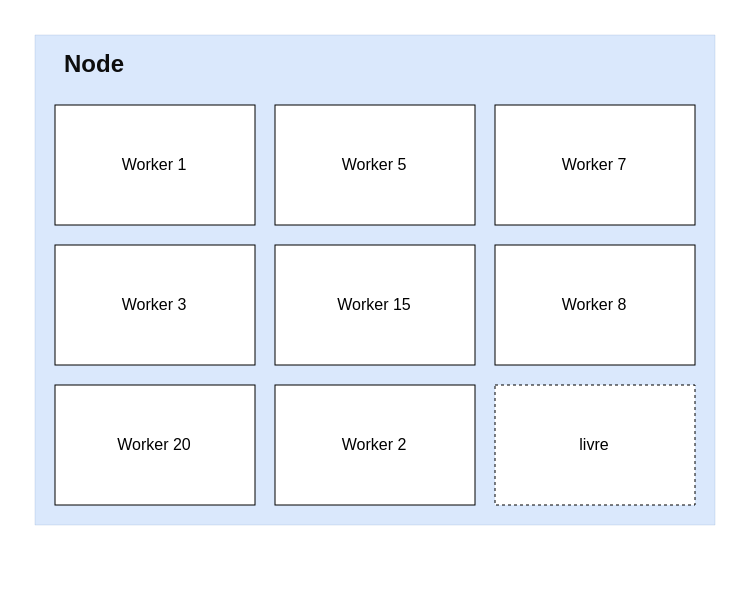
Before: page "node ex" (2 of 3) of Untitled Diagram.drawio in viniciusbds/diagrams, a draw.io diagram. Source tidied: cells renumbered, new cells numbered last; positions are measured from the earlier drawing's top-left corner, leaving out a move shared by most shapes. Both pictures are drawn from the tidied source at 200%, with x=0, y=0 at pixel (34, 34).
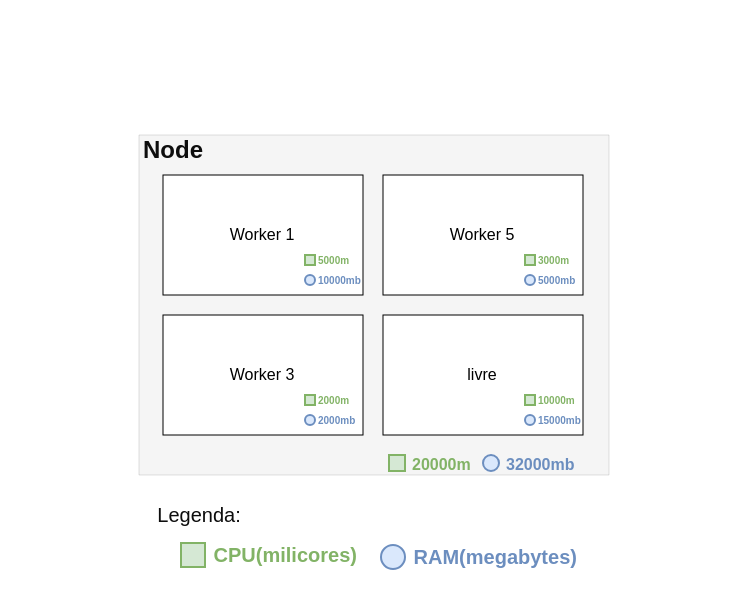
The same page after the edit.

Change to the diagram source:
```diff
@@
-    <mxCell id="2" style="rounded=0;whiteSpace=wrap;html=1;strokeColor=#6c8ebf;strokeWidth=0;fillColor=#dae8fc;" parent="1" vertex="1">
-      <mxGeometry width="340" height="245" as="geometry" />
+    <mxCell id="2" style="rounded=0;whiteSpace=wrap;html=1;strokeWidth=0;fillColor=#f5f5f5;fontColor=#333333;strokeColor=#666666;" parent="1" vertex="1">
+      <mxGeometry x="52" y="50" width="235" height="170" as="geometry" />
     </mxCell>
     <mxCell id="3" value="Worker 1" style="rounded=0;whiteSpace=wrap;html=1;fontFamily=Helvetica;fontSize=8;strokeColor=default;strokeWidth=0.5;" parent="1" vertex="1">
-      <mxGeometry x="10" y="35" width="100" height="60" as="geometry" />
+      <mxGeometry x="64" y="70" width="100" height="60" as="geometry" />
     </mxCell>
     <mxCell id="4" style="edgeStyle=orthogonalEdgeStyle;rounded=0;orthogonalLoop=1;jettySize=auto;html=1;exitX=0.5;exitY=1;exitDx=0;exitDy=0;dashed=1;" parent="1" edge="1">
       <mxGeometry relative="1" as="geometry">
-        <mxPoint x="208" y="181" as="sourcePoint" />
-        <mxPoint x="208" y="181" as="targetPoint" />
+        <mxPoint x="262" y="231" as="sourcePoint" />
+        <mxPoint x="262" y="231" as="targetPoint" />
       </mxGeometry>
     </mxCell>
     <mxCell id="5" value="Worker 5" style="rounded=0;whiteSpace=wrap;html=1;fontFamily=Helvetica;fontSize=8;strokeColor=default;strokeWidth=0.5;" parent="1" vertex="1">
-      <mxGeometry x="120" y="35" width="100" height="60" as="geometry" />
+      <mxGeometry x="174" y="70" width="100" height="60" as="geometry" />
     </mxCell>
+    <mxCell id="12" value="Node" style="text;html=1;align=center;verticalAlign=middle;whiteSpace=wrap;rounded=0;fontColor=#0D0D0D;fontStyle=1;fontSize=12;" parent="1" vertex="1">
+      <mxGeometry x="52" y="50" width="35" height="15" as="geometry" />
+    </mxCell>
+    <mxCell id="14" style="group;fontStyle=1;fontSize=8;" parent="1" vertex="1">
+      <mxGeometry x="177" y="210" width="55" height="10" as="geometry" />
+    </mxCell>
+    <mxCell id="15" style="whiteSpace=wrap;html=1;fontSize=8;fillColor=#d5e8d4;strokeColor=#82b366;" parent="14" vertex="1">
+      <mxGeometry width="8" height="8" as="geometry" />
+    </mxCell>
+    <mxCell id="16" value="&lt;b style=&quot;font-size: 8px;&quot;&gt;&lt;font color=&quot;#82b366&quot; style=&quot;font-size: 8px;&quot;&gt;20000m&lt;/font&gt;&lt;/b&gt;" style="text;html=1;strokeColor=none;fillColor=none;align=left;verticalAlign=middle;whiteSpace=wrap;rounded=0;dashed=1;fontSize=8;fontColor=#B9E0A5;" parent="14" vertex="1">
+      <mxGeometry x="10" width="30" height="10" as="geometry" />
+    </mxCell>
+    <mxCell id="17" style="group;" parent="1" vertex="1">
+      <mxGeometry x="245" y="110" width="28" height="15" as="geometry" />
+    </mxCell>
+    <mxCell id="18" style="whiteSpace=wrap;html=1;fontSize=12;fillColor=#d5e8d4;strokeColor=#82b366;" parent="17" vertex="1">
+      <mxGeometry width="5" height="5" as="geometry" />
+    </mxCell>
+    <mxCell id="19" value="&lt;b style=&quot;&quot;&gt;&lt;font color=&quot;#82b366&quot; style=&quot;font-size: 5px;&quot;&gt;3000m&lt;/font&gt;&lt;/b&gt;" style="text;html=1;strokeColor=none;fillColor=none;align=left;verticalAlign=middle;whiteSpace=wrap;rounded=0;dashed=1;fontSize=4;fontColor=#B9E0A5;" parent="17" vertex="1">
+      <mxGeometry x="5" y="2.5" width="7.3" as="geometry" />
+    </mxCell>
+    <mxCell id="20" style="group;" parent="17" vertex="1">
+      <mxGeometry y="10" width="28" height="5" as="geometry" />
+    </mxCell>
+    <mxCell id="21" style="ellipse;whiteSpace=wrap;html=1;fontSize=12;fillColor=#dae8fc;strokeColor=#6c8ebf;" parent="20" vertex="1">
+      <mxGeometry width="5" height="5" as="geometry" />
+    </mxCell>
+    <mxCell id="22" value="5000mb" style="text;html=1;strokeColor=none;fillColor=none;align=left;verticalAlign=middle;whiteSpace=wrap;rounded=0;dashed=1;fontSize=5;fontColor=#6C8EBF;fontStyle=1;" parent="20" vertex="1">
+      <mxGeometry x="5" width="23" height="3.2" as="geometry" />
+    </mxCell>
+    <mxCell id="23" style="group;" parent="17" vertex="1">
+      <mxGeometry width="12.3" height="5" as="geometry" />
+    </mxCell>
+    <mxCell id="24" style="whiteSpace=wrap;html=1;fontSize=12;fillColor=#d5e8d4;strokeColor=#82b366;" parent="23" vertex="1">
+      <mxGeometry width="5" height="5" as="geometry" />
+    </mxCell>
+    <mxCell id="25" style="group;" parent="1" vertex="1">
+      <mxGeometry x="135" y="120" width="28" height="5" as="geometry" />
+    </mxCell>
+    <mxCell id="26" style="ellipse;whiteSpace=wrap;html=1;fontSize=12;fillColor=#dae8fc;strokeColor=#6c8ebf;" parent="25" vertex="1">
+      <mxGeometry width="5" height="5" as="geometry" />
+    </mxCell>
+    <mxCell id="27" value="10000mb" style="text;html=1;strokeColor=none;fillColor=none;align=left;verticalAlign=middle;whiteSpace=wrap;rounded=0;dashed=1;fontSize=5;fontColor=#6C8EBF;fontStyle=1;" parent="25" vertex="1">
+      <mxGeometry x="5" width="23" height="3.2" as="geometry" />
+    </mxCell>
+    <mxCell id="28" style="group;" parent="1" vertex="1">
+      <mxGeometry x="135" y="110" width="12.3" height="5" as="geometry" />
+    </mxCell>
+    <mxCell id="29" style="whiteSpace=wrap;html=1;fontSize=12;fillColor=#d5e8d4;strokeColor=#82b366;" parent="28" vertex="1">
+      <mxGeometry width="5" height="5" as="geometry" />
+    </mxCell>
+    <mxCell id="30" value="&lt;b style=&quot;&quot;&gt;&lt;font color=&quot;#82b366&quot; style=&quot;font-size: 5px;&quot;&gt;5000m&lt;/font&gt;&lt;/b&gt;" style="text;html=1;strokeColor=none;fillColor=none;align=left;verticalAlign=middle;whiteSpace=wrap;rounded=0;dashed=1;fontSize=4;fontColor=#B9E0A5;" parent="28" vertex="1">
+      <mxGeometry x="5" y="2.5" width="7.3" as="geometry" />
+    </mxCell>
     <mxCell id="6" value="Worker 3" style="rounded=0;whiteSpace=wrap;html=1;fontFamily=Helvetica;fontSize=8;strokeColor=default;strokeWidth=0.5;" parent="1" vertex="1">
-      <mxGeometry x="10" y="105" width="100" height="60" as="geometry" />
+      <mxGeometry x="64" y="140" width="100" height="60" as="geometry" />
     </mxCell>
-    <mxCell id="7" value="Worker 15" style="rounded=0;whiteSpace=wrap;html=1;fontFamily=Helvetica;fontSize=8;strokeColor=default;strokeWidth=0.5;" parent="1" vertex="1">
-      <mxGeometry x="120" y="105" width="100" height="60" as="geometry" />
-    </mxCell>
-    <mxCell id="8" value="Worker 7" style="rounded=0;whiteSpace=wrap;html=1;fontFamily=Helvetica;fontSize=8;strokeColor=default;strokeWidth=0.5;" parent="1" vertex="1">
-      <mxGeometry x="230" y="35" width="100" height="60" as="geometry" />
-    </mxCell>
-    <mxCell id="9" value="Worker 8" style="rounded=0;whiteSpace=wrap;html=1;fontFamily=Helvetica;fontSize=8;strokeColor=default;strokeWidth=0.5;" parent="1" vertex="1">
-      <mxGeometry x="230" y="105" width="100" height="60" as="geometry" />
-    </mxCell>
-    <mxCell id="10" value="Worker 20" style="rounded=0;whiteSpace=wrap;html=1;fontFamily=Helvetica;fontSize=8;strokeColor=default;strokeWidth=0.5;" parent="1" vertex="1">
-      <mxGeometry x="10" y="175" width="100" height="60" as="geometry" />
-    </mxCell>
-    <mxCell id="11" value="Worker 2" style="rounded=0;whiteSpace=wrap;html=1;fontFamily=Helvetica;fontSize=8;strokeColor=default;strokeWidth=0.5;" parent="1" vertex="1">
-      <mxGeometry x="120" y="175" width="100" height="60" as="geometry" />
-    </mxCell>
-    <mxCell id="12" value="Node" style="text;html=1;align=center;verticalAlign=middle;whiteSpace=wrap;rounded=0;fontColor=#0D0D0D;fontStyle=1;fontSize=12;" parent="1" vertex="1">
-      <mxGeometry width="60" height="30" as="geometry" />
-    </mxCell>
-    <mxCell id="13" value="livre" style="rounded=0;whiteSpace=wrap;html=1;fontFamily=Helvetica;fontSize=8;strokeColor=default;strokeWidth=0.5;dashed=1;" parent="1" vertex="1">
-      <mxGeometry x="230" y="175" width="100" height="60" as="geometry" />
+    <mxCell id="13" value="livre" style="rounded=0;whiteSpace=wrap;html=1;fontFamily=Helvetica;fontSize=8;strokeColor=default;strokeWidth=0.5;" parent="1" vertex="1">
+      <mxGeometry x="174" y="140" width="100" height="60" as="geometry" />
     </mxCell>
+    <mxCell id="31" style="group;" parent="1" vertex="1">
+      <mxGeometry x="245" y="180" width="28" height="15" as="geometry" />
+    </mxCell>
+    <mxCell id="32" style="whiteSpace=wrap;html=1;fontSize=12;fillColor=#d5e8d4;strokeColor=#82b366;" parent="31" vertex="1">
+      <mxGeometry width="5" height="5" as="geometry" />
+    </mxCell>
+    <mxCell id="33" value="&lt;b style=&quot;&quot;&gt;&lt;font color=&quot;#82b366&quot; style=&quot;font-size: 5px;&quot;&gt;10000m&lt;/font&gt;&lt;/b&gt;" style="text;html=1;strokeColor=none;fillColor=none;align=left;verticalAlign=middle;whiteSpace=wrap;rounded=0;dashed=1;fontSize=4;fontColor=#B9E0A5;" parent="31" vertex="1">
+      <mxGeometry x="5" y="2.5" width="7.3" as="geometry" />
+    </mxCell>
+    <mxCell id="34" style="group;" parent="31" vertex="1">
+      <mxGeometry y="10" width="28" height="5" as="geometry" />
+    </mxCell>
+    <mxCell id="35" style="ellipse;whiteSpace=wrap;html=1;fontSize=12;fillColor=#dae8fc;strokeColor=#6c8ebf;" parent="34" vertex="1">
+      <mxGeometry width="5" height="5" as="geometry" />
+    </mxCell>
+    <mxCell id="36" value="15000mb" style="text;html=1;strokeColor=none;fillColor=none;align=left;verticalAlign=middle;whiteSpace=wrap;rounded=0;dashed=1;fontSize=5;fontColor=#6C8EBF;fontStyle=1;" parent="34" vertex="1">
+      <mxGeometry x="5" width="23" height="3.2" as="geometry" />
+    </mxCell>
+    <mxCell id="37" style="group;" parent="31" vertex="1">
+      <mxGeometry width="12.3" height="5" as="geometry" />
+    </mxCell>
+    <mxCell id="38" style="whiteSpace=wrap;html=1;fontSize=12;fillColor=#d5e8d4;strokeColor=#82b366;" parent="37" vertex="1">
+      <mxGeometry width="5" height="5" as="geometry" />
+    </mxCell>
+    <mxCell id="39" style="group;" parent="1" vertex="1">
+      <mxGeometry x="135" y="190" width="28" height="5" as="geometry" />
+    </mxCell>
+    <mxCell id="40" style="ellipse;whiteSpace=wrap;html=1;fontSize=12;fillColor=#dae8fc;strokeColor=#6c8ebf;" parent="39" vertex="1">
+      <mxGeometry width="5" height="5" as="geometry" />
+    </mxCell>
+    <mxCell id="41" value="2000mb" style="text;html=1;strokeColor=none;fillColor=none;align=left;verticalAlign=middle;whiteSpace=wrap;rounded=0;dashed=1;fontSize=5;fontColor=#6C8EBF;fontStyle=1;" parent="39" vertex="1">
+      <mxGeometry x="5" width="23" height="3.2" as="geometry" />
+    </mxCell>
+    <mxCell id="42" style="group;" parent="1" vertex="1">
+      <mxGeometry x="135" y="180" width="12.3" height="5" as="geometry" />
+    </mxCell>
+    <mxCell id="43" style="whiteSpace=wrap;html=1;fontSize=12;fillColor=#d5e8d4;strokeColor=#82b366;" parent="42" vertex="1">
+      <mxGeometry width="5" height="5" as="geometry" />
+    </mxCell>
+    <mxCell id="44" value="&lt;b style=&quot;&quot;&gt;&lt;font color=&quot;#82b366&quot; style=&quot;font-size: 5px;&quot;&gt;2000m&lt;/font&gt;&lt;/b&gt;" style="text;html=1;strokeColor=none;fillColor=none;align=left;verticalAlign=middle;whiteSpace=wrap;rounded=0;dashed=1;fontSize=4;fontColor=#B9E0A5;" parent="42" vertex="1">
+      <mxGeometry x="5" y="2.5" width="7.3" as="geometry" />
+    </mxCell>
+    <mxCell id="45" style="group;fontSize=8;" parent="1" vertex="1">
+      <mxGeometry x="224" y="210" width="40" height="10" as="geometry" />
+    </mxCell>
+    <mxCell id="46" value="32000mb" style="text;html=1;strokeColor=none;fillColor=none;align=left;verticalAlign=middle;whiteSpace=wrap;rounded=0;dashed=1;fontSize=8;fontColor=#6C8EBF;fontStyle=1;" parent="45" vertex="1">
+      <mxGeometry x="10" y="2.5" width="30" height="5" as="geometry" />
+    </mxCell>
+    <mxCell id="47" style="ellipse;whiteSpace=wrap;html=1;fontSize=8;fillColor=#dae8fc;strokeColor=#6c8ebf;" parent="45" vertex="1">
+      <mxGeometry width="8" height="8" as="geometry" />
+    </mxCell>
+    <mxCell id="48" value="&lt;font&gt;Legenda&lt;/font&gt;:" style="text;html=1;align=center;verticalAlign=middle;strokeColor=none;fillColor=none;fontSize=10;fontColor=#0D0D0D;" parent="1" vertex="1">
+      <mxGeometry x="52" y="230" width="60" height="20" as="geometry" />
+    </mxCell>
+    <mxCell id="49" value="&amp;nbsp;CPU(milicores)" style="text;html=1;strokeColor=none;fillColor=none;align=left;verticalAlign=middle;whiteSpace=wrap;rounded=0;dashed=1;fontSize=10;fontColor=#82B366;fontStyle=1;" parent="1" vertex="1">
+      <mxGeometry x="85" y="250" width="99" height="20" as="geometry" />
+    </mxCell>
+    <mxCell id="50" style="whiteSpace=wrap;html=1;fontSize=12;fillColor=#d5e8d4;strokeColor=#82b366;" parent="1" vertex="1">
+      <mxGeometry x="73" y="254" width="12" height="12" as="geometry" />
+    </mxCell>
+    <mxCell id="51" value="&amp;nbsp;RAM(megabytes)" style="text;html=1;strokeColor=none;fillColor=none;align=left;verticalAlign=middle;whiteSpace=wrap;rounded=0;dashed=1;fontSize=10;fontColor=#6C8EBF;fontStyle=1;" parent="1" vertex="1">
+      <mxGeometry x="185" y="251" width="99" height="20" as="geometry" />
+    </mxCell>
+    <mxCell id="52" style="ellipse;whiteSpace=wrap;html=1;fontSize=12;fillColor=#dae8fc;strokeColor=#6c8ebf;" parent="1" vertex="1">
+      <mxGeometry x="173" y="255" width="12" height="12" as="geometry" />
+    </mxCell>
```
